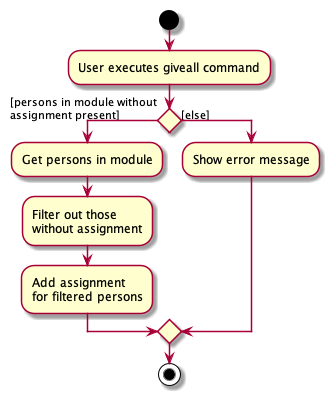
qinguorui2001/tp keeps this PlantUML diagram as docs/images/GiveAllActivityDiagram.png. Above is the earlier version.
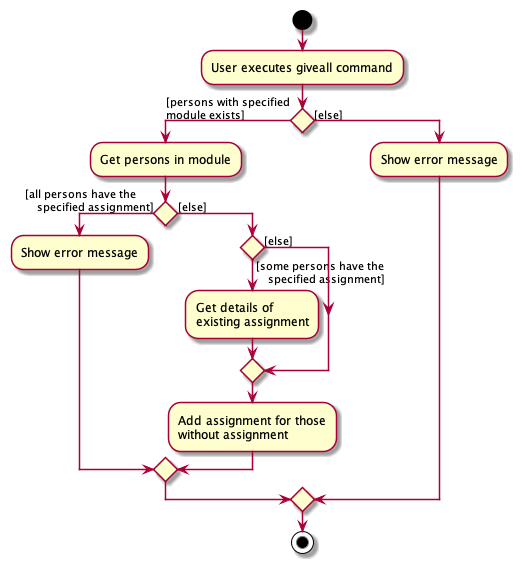
After the change.

Diff of the diagram source:
```diff
@@ -3,13 +3,24 @@
 :User executes giveall command;
 
 
-if () then ([persons in module without
-assignment present])
+if () then ([persons with specified
+module exists])
     :Get persons in module;
-    :Filter out those
+    if () then ([all persons have the
+    specified assignment])
+    :Show error message;
+    else ([else])
+    if () then ([some persons have the
+    specified assignment])
+    :Get details of
+    existing assignment;
+    else ([else])
+
+    endif
+    :Add assignment for those
     without assignment;
-    :Add assignment
-    for filtered persons;
+    endif
+
 else ([else])
     :Show error message;
 endif
```
